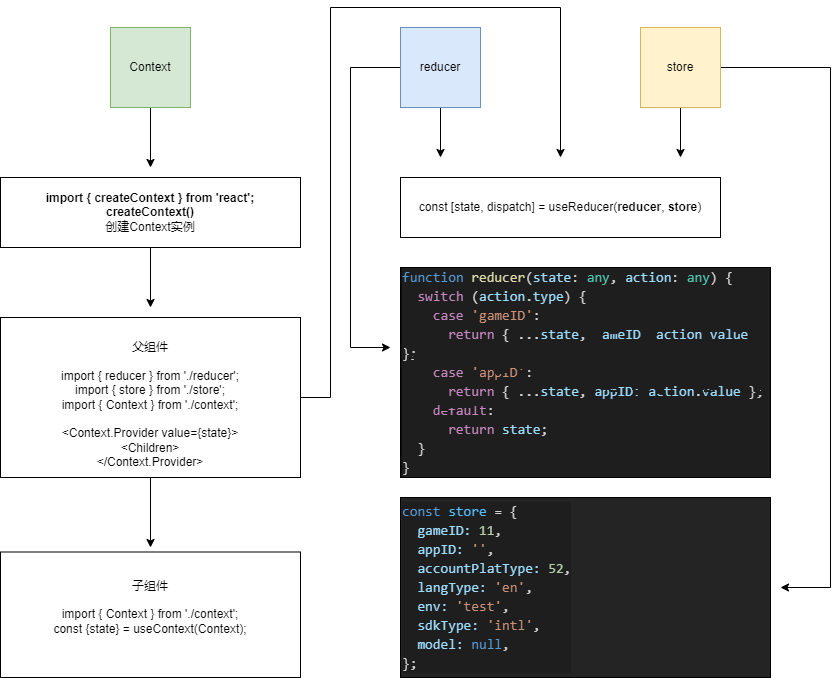
Above: files/Untitled Diagram.drawio.png in SuperYun/diagramFile (draw.io), before the change. Source tidied: cells renumbered, new cells last; positions are measured from the earlier drawing's top-left corner, leaving out a move shared by most shapes. Its diagram source:
```xml
<mxGraphModel>
  <root>
    <mxCell id="0" />
    <mxCell id="1" parent="0" />
    <mxCell id="2" style="edgeStyle=orthogonalEdgeStyle;rounded=0;jettySize=auto;html=1;exitX=0;exitY=0.5;exitDx=0;exitDy=0;" parent="1" edge="1" source="4">
      <mxGeometry relative="1" as="geometry">
        <mxPoint x="390" y="340" as="targetPoint" />
        <Array as="points">
          <mxPoint x="350" y="60" />
        </Array>
      </mxGeometry>
    </mxCell>
    <mxCell id="3" style="edgeStyle=orthogonalEdgeStyle;rounded=0;jettySize=auto;html=1;exitX=0.5;exitY=1;exitDx=0;exitDy=0;" parent="1" edge="1" source="4">
      <mxGeometry relative="1" as="geometry">
        <mxPoint x="440" y="150" as="targetPoint" />
      </mxGeometry>
    </mxCell>
    <mxCell id="4" value="reducer" style="whiteSpace=wrap;html=1;fillColor=#dae8fc;strokeColor=#6c8ebf;" parent="1" vertex="1">
      <mxGeometry x="400" y="20" width="80" height="80" as="geometry" />
    </mxCell>
    <mxCell id="5" style="edgeStyle=orthogonalEdgeStyle;rounded=0;jettySize=auto;html=1;exitX=0.5;exitY=1;exitDx=0;exitDy=0;" parent="1" edge="1" source="7">
      <mxGeometry relative="1" as="geometry">
        <mxPoint x="680" y="150" as="targetPoint" />
      </mxGeometry>
    </mxCell>
    <mxCell id="6" style="edgeStyle=orthogonalEdgeStyle;rounded=0;jettySize=auto;html=1;exitX=1;exitY=0.5;exitDx=0;exitDy=0;" parent="1" edge="1" source="7">
      <mxGeometry relative="1" as="geometry">
        <mxPoint x="780" y="580" as="targetPoint" />
        <Array as="points">
          <mxPoint x="830" y="60" />
        </Array>
      </mxGeometry>
    </mxCell>
    <mxCell id="7" value="store" style="whiteSpace=wrap;html=1;fillColor=#fff2cc;strokeColor=#d6b656;" parent="1" vertex="1">
      <mxGeometry x="640" y="20" width="80" height="80" as="geometry" />
    </mxCell>
    <mxCell id="8" style="edgeStyle=orthogonalEdgeStyle;rounded=0;jettySize=auto;html=1;exitX=0.5;exitY=1;exitDx=0;exitDy=0;" parent="1" edge="1" source="9">
      <mxGeometry relative="1" as="geometry">
        <mxPoint x="150" y="160" as="targetPoint" />
      </mxGeometry>
    </mxCell>
    <mxCell id="9" value="Context" style="whiteSpace=wrap;html=1;fillColor=#d5e8d4;strokeColor=#82b366;" parent="1" vertex="1">
      <mxGeometry x="110" y="20" width="80" height="80" as="geometry" />
    </mxCell>
    <mxCell id="10" style="edgeStyle=orthogonalEdgeStyle;rounded=0;jettySize=auto;html=1;exitX=0.5;exitY=1;exitDx=0;exitDy=0;" parent="1" edge="1" source="11">
      <mxGeometry relative="1" as="geometry">
        <mxPoint x="150" y="300" as="targetPoint" />
      </mxGeometry>
    </mxCell>
    <mxCell id="11" value="&lt;b&gt;import { createContext } from 'react';&lt;/b&gt;&lt;br&gt;&lt;b&gt;createContext()&lt;/b&gt;&lt;br&gt;&lt;div&gt;&lt;span&gt;创建Context实例&lt;/span&gt;&lt;/div&gt;" style="rounded=0;whiteSpace=wrap;html=1;align=center;" parent="1" vertex="1">
      <mxGeometry y="170" width="300" height="70" as="geometry" />
    </mxCell>
    <mxCell id="12" style="edgeStyle=orthogonalEdgeStyle;rounded=0;jettySize=auto;html=1;exitX=0.5;exitY=1;exitDx=0;exitDy=0;" parent="1" edge="1" source="14">
      <mxGeometry relative="1" as="geometry">
        <mxPoint x="150" y="540" as="targetPoint" />
      </mxGeometry>
    </mxCell>
    <mxCell id="13" style="edgeStyle=orthogonalEdgeStyle;rounded=0;jettySize=auto;html=1;exitX=1;exitY=0.5;exitDx=0;exitDy=0;" parent="1" edge="1" source="14">
      <mxGeometry relative="1" as="geometry">
        <mxPoint x="560" y="150" as="targetPoint" />
        <Array as="points">
          <mxPoint x="330" y="390" />
          <mxPoint x="330" />
        </Array>
      </mxGeometry>
    </mxCell>
    <mxCell id="14" value="&lt;br&gt;父组件&lt;br&gt;&lt;br&gt;&lt;div&gt;import { reducer } from './reducer';&lt;/div&gt;&lt;div&gt;import { store } from './store';&lt;/div&gt;&lt;div&gt;import { Context } from './context';&lt;/div&gt;&lt;br&gt;&amp;lt;Context.Provider value={state}&amp;gt;&lt;br&gt;&amp;lt;Children&amp;gt;&lt;br&gt;&amp;lt;/Context.Provider&amp;gt;" style="rounded=0;whiteSpace=wrap;html=1;" parent="1" vertex="1">
      <mxGeometry y="310" width="300" height="160" as="geometry" />
    </mxCell>
    <mxCell id="15" value="const [state, dispatch] = useReducer(&lt;b&gt;reducer&lt;/b&gt;, &lt;b&gt;store&lt;/b&gt;)" style="rounded=0;whiteSpace=wrap;html=1;align=center;" parent="1" vertex="1">
      <mxGeometry x="400" y="170" width="320" height="60" as="geometry" />
    </mxCell>
    <mxCell id="16" value="&lt;div style=&quot;color: rgb(212 , 212 , 212) ; background-color: rgb(30 , 30 , 30) ; font-family: &amp;#34;consolas&amp;#34; , &amp;#34;courier new&amp;#34; , monospace ; font-size: 14px ; line-height: 19px&quot;&gt;&lt;div&gt;&lt;span style=&quot;color: #569cd6&quot;&gt;function&lt;/span&gt; &lt;span style=&quot;color: #dcdcaa&quot;&gt;reducer&lt;/span&gt;(&lt;span style=&quot;color: #9cdcfe&quot;&gt;state&lt;/span&gt;: &lt;span style=&quot;color: #4ec9b0&quot;&gt;any&lt;/span&gt;, &lt;span style=&quot;color: #9cdcfe&quot;&gt;action&lt;/span&gt;: &lt;span style=&quot;color: #4ec9b0&quot;&gt;any&lt;/span&gt;) {&lt;/div&gt;&lt;div&gt;&amp;nbsp; &lt;span style=&quot;color: #c586c0&quot;&gt;switch&lt;/span&gt; (&lt;span style=&quot;color: #9cdcfe&quot;&gt;action&lt;/span&gt;.&lt;span style=&quot;color: #9cdcfe&quot;&gt;type&lt;/span&gt;) {&lt;/div&gt;&lt;div&gt;&amp;nbsp; &amp;nbsp; &lt;span style=&quot;color: #c586c0&quot;&gt;case&lt;/span&gt; &lt;span style=&quot;color: #ce9178&quot;&gt;'gameID'&lt;/span&gt;:&lt;/div&gt;&lt;div&gt;&amp;nbsp; &amp;nbsp; &amp;nbsp; &lt;span style=&quot;color: #c586c0&quot;&gt;return&lt;/span&gt; { ...&lt;span style=&quot;color: #9cdcfe&quot;&gt;state&lt;/span&gt;, &lt;span style=&quot;color: #9cdcfe&quot;&gt;gameID&lt;/span&gt;&lt;span style=&quot;color: #9cdcfe&quot;&gt;:&lt;/span&gt; &lt;span style=&quot;color: #9cdcfe&quot;&gt;action&lt;/span&gt;.&lt;span style=&quot;color: #9cdcfe&quot;&gt;value&lt;/span&gt; };&lt;/div&gt;&lt;div&gt;&amp;nbsp; &amp;nbsp; &lt;span style=&quot;color: #c586c0&quot;&gt;case&lt;/span&gt; &lt;span style=&quot;color: #ce9178&quot;&gt;'appID'&lt;/span&gt;:&lt;/div&gt;&lt;div&gt;&amp;nbsp; &amp;nbsp; &amp;nbsp; &lt;span style=&quot;color: #c586c0&quot;&gt;return&lt;/span&gt; { ...&lt;span style=&quot;color: #9cdcfe&quot;&gt;state&lt;/span&gt;, &lt;span style=&quot;color: #9cdcfe&quot;&gt;appID&lt;/span&gt;&lt;span style=&quot;color: #9cdcfe&quot;&gt;:&lt;/span&gt; &lt;span style=&quot;color: #9cdcfe&quot;&gt;action&lt;/span&gt;.&lt;span style=&quot;color: #9cdcfe&quot;&gt;value&lt;/span&gt; };&lt;/div&gt;&lt;div&gt;&amp;nbsp; &amp;nbsp; &lt;span style=&quot;color: #c586c0&quot;&gt;default&lt;/span&gt;:&lt;/div&gt;&lt;div&gt;&amp;nbsp; &amp;nbsp; &amp;nbsp; &lt;span style=&quot;color: #c586c0&quot;&gt;return&lt;/span&gt; &lt;span style=&quot;color: #9cdcfe&quot;&gt;state&lt;/span&gt;;&lt;/div&gt;&lt;div&gt;&amp;nbsp; }&lt;/div&gt;&lt;div&gt;}&lt;/div&gt;&lt;/div&gt;" style="rounded=0;whiteSpace=wrap;html=1;align=left;fillColor=#0F0F0F;" parent="1" vertex="1">
      <mxGeometry x="400" y="260" width="370" height="210" as="geometry" />
    </mxCell>
    <mxCell id="17" value="&lt;div style=&quot;color: rgb(212 , 212 , 212) ; background-color: rgb(30 , 30 , 30) ; font-family: &amp;#34;consolas&amp;#34; , &amp;#34;courier new&amp;#34; , monospace ; font-size: 14px ; line-height: 19px&quot;&gt;&lt;div&gt;&lt;span style=&quot;color: #569cd6&quot;&gt;const&lt;/span&gt; &lt;span style=&quot;color: #4fc1ff&quot;&gt;store&lt;/span&gt; = {&lt;/div&gt;&lt;div&gt;&amp;nbsp; &lt;span style=&quot;color: #9cdcfe&quot;&gt;gameID&lt;/span&gt;&lt;span style=&quot;color: #9cdcfe&quot;&gt;:&lt;/span&gt; &lt;span style=&quot;color: #b5cea8&quot;&gt;11&lt;/span&gt;,&lt;/div&gt;&lt;div&gt;&amp;nbsp; &lt;span style=&quot;color: #9cdcfe&quot;&gt;appID&lt;/span&gt;&lt;span style=&quot;color: #9cdcfe&quot;&gt;:&lt;/span&gt; &lt;span style=&quot;color: #ce9178&quot;&gt;''&lt;/span&gt;,&lt;/div&gt;&lt;div&gt;&amp;nbsp; &lt;span style=&quot;color: #9cdcfe&quot;&gt;accountPlatType&lt;/span&gt;&lt;span style=&quot;color: #9cdcfe&quot;&gt;:&lt;/span&gt; &lt;span style=&quot;color: #b5cea8&quot;&gt;52&lt;/span&gt;,&lt;/div&gt;&lt;div&gt;&amp;nbsp; &lt;span style=&quot;color: #9cdcfe&quot;&gt;langType&lt;/span&gt;&lt;span style=&quot;color: #9cdcfe&quot;&gt;:&lt;/span&gt; &lt;span style=&quot;color: #ce9178&quot;&gt;'en'&lt;/span&gt;,&lt;/div&gt;&lt;div&gt;&amp;nbsp; &lt;span style=&quot;color: #9cdcfe&quot;&gt;env&lt;/span&gt;&lt;span style=&quot;color: #9cdcfe&quot;&gt;:&lt;/span&gt; &lt;span style=&quot;color: #ce9178&quot;&gt;'test'&lt;/span&gt;,&lt;/div&gt;&lt;div&gt;&amp;nbsp; &lt;span style=&quot;color: #9cdcfe&quot;&gt;sdkType&lt;/span&gt;&lt;span style=&quot;color: #9cdcfe&quot;&gt;:&lt;/span&gt; &lt;span style=&quot;color: #ce9178&quot;&gt;'intl'&lt;/span&gt;,&lt;/div&gt;&lt;div&gt;&amp;nbsp; &lt;span style=&quot;color: #9cdcfe&quot;&gt;model&lt;/span&gt;&lt;span style=&quot;color: #9cdcfe&quot;&gt;:&lt;/span&gt; &lt;span style=&quot;color: #569cd6&quot;&gt;null&lt;/span&gt;,&lt;/div&gt;&lt;div&gt;};&lt;/div&gt;&lt;/div&gt;" style="rounded=0;whiteSpace=wrap;html=1;align=left;fillColor=#242424;" parent="1" vertex="1">
      <mxGeometry x="400" y="490" width="370" height="180" as="geometry" />
    </mxCell>
    <mxCell id="18" value="子组件&lt;br&gt;&lt;br&gt;&lt;div&gt;import { Context } from './context';&lt;/div&gt;&lt;div&gt;const {state} = useContext(Context);&lt;/div&gt;&lt;div&gt;&lt;br&gt;&lt;/div&gt;" style="rounded=0;whiteSpace=wrap;html=1;fillColor=#FFFFFF;" parent="1" vertex="1">
      <mxGeometry y="544.5" width="300" height="125.5" as="geometry" />
    </mxCell>
  </root>
</mxGraphModel>
```
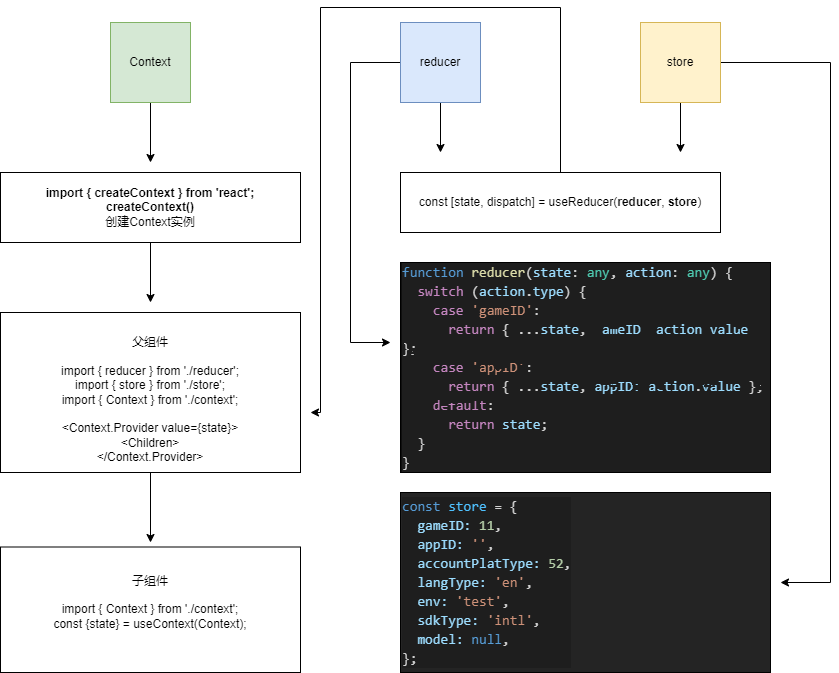
The same file after the commit.

Commit message:
reducer 状态共享模型.drawio.png

Diff of the diagram source:
```diff
@@ -55,18 +55,18 @@
         <mxPoint x="150" y="540" as="targetPoint" />
       </mxGeometry>
     </mxCell>
-    <mxCell id="13" style="edgeStyle=orthogonalEdgeStyle;rounded=0;jettySize=auto;html=1;exitX=1;exitY=0.5;exitDx=0;exitDy=0;" parent="1" edge="1" source="14">
-      <mxGeometry relative="1" as="geometry">
-        <mxPoint x="560" y="150" as="targetPoint" />
-        <Array as="points">
-          <mxPoint x="330" y="390" />
-          <mxPoint x="330" />
-        </Array>
-      </mxGeometry>
-    </mxCell>
     <mxCell id="14" value="&lt;br&gt;父组件&lt;br&gt;&lt;br&gt;&lt;div&gt;import { reducer } from './reducer';&lt;/div&gt;&lt;div&gt;import { store } from './store';&lt;/div&gt;&lt;div&gt;import { Context } from './context';&lt;/div&gt;&lt;br&gt;&amp;lt;Context.Provider value={state}&amp;gt;&lt;br&gt;&amp;lt;Children&amp;gt;&lt;br&gt;&amp;lt;/Context.Provider&amp;gt;" style="rounded=0;whiteSpace=wrap;html=1;" parent="1" vertex="1">
       <mxGeometry y="310" width="300" height="160" as="geometry" />
     </mxCell>
+    <mxCell id="19" style="edgeStyle=orthogonalEdgeStyle;rounded=0;jettySize=auto;html=1;exitX=0.5;exitY=0;exitDx=0;exitDy=0;" parent="1" edge="1" source="15">
+      <mxGeometry relative="1" as="geometry">
+        <mxPoint x="310" y="410" as="targetPoint" />
+        <Array as="points">
+          <mxPoint x="560" y="5" />
+          <mxPoint x="320" y="5" />
+        </Array>
+      </mxGeometry>
+    </mxCell>
     <mxCell id="15" value="const [state, dispatch] = useReducer(&lt;b&gt;reducer&lt;/b&gt;, &lt;b&gt;store&lt;/b&gt;)" style="rounded=0;whiteSpace=wrap;html=1;align=center;" parent="1" vertex="1">
       <mxGeometry x="400" y="170" width="320" height="60" as="geometry" />
     </mxCell>
```
